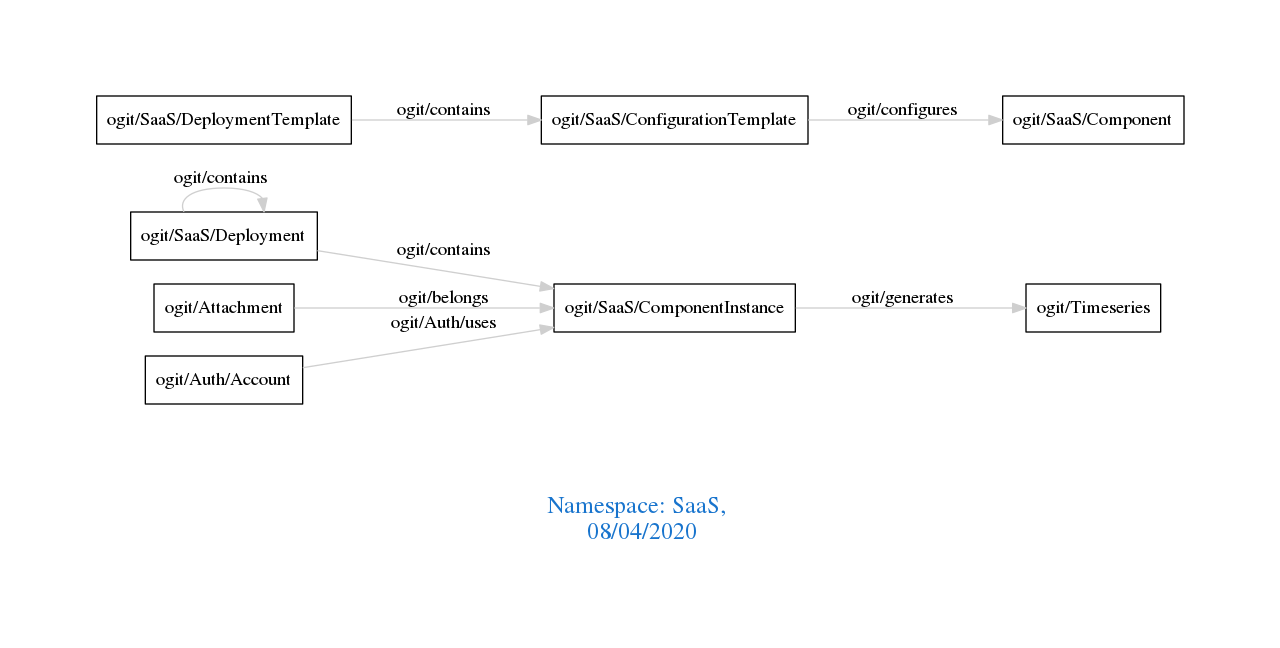
Earlier version of the Graphviz export downloads/SaaS.png (arago/OGIT). Its source is kept beside it as downloads/SaaS.dot.
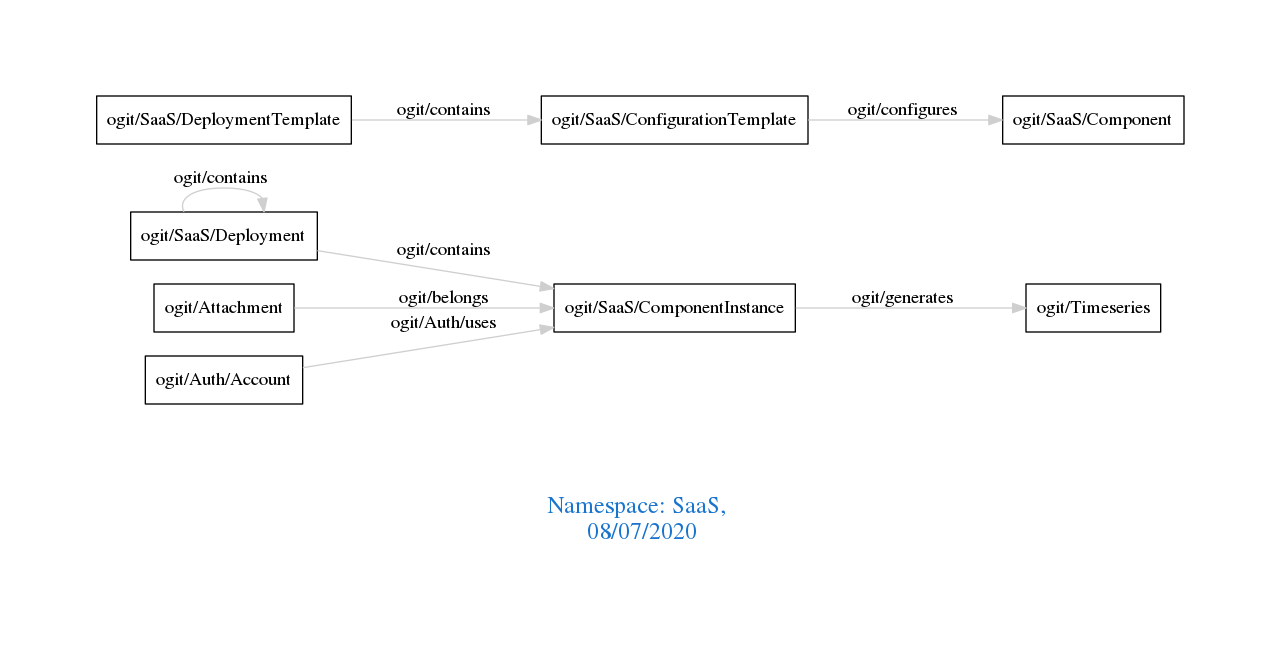
Above is the later version.

The edit, as a diff of the source:
```diff
@@ -1,7 +1,7 @@
 digraph OGIT_ontology {
  graph [ rankdir= LR,pad=1
 fontsize = 18,
-fontcolor= dodgerblue3,label = "\n\n\nNamespace: SaaS, \n 08/04/2020"];
+fontcolor= dodgerblue3,label = "\n\n\nNamespace: SaaS, \n 08/07/2020"];
 node[shape=polygon];
 edge [  color="gray81"];
 
```
